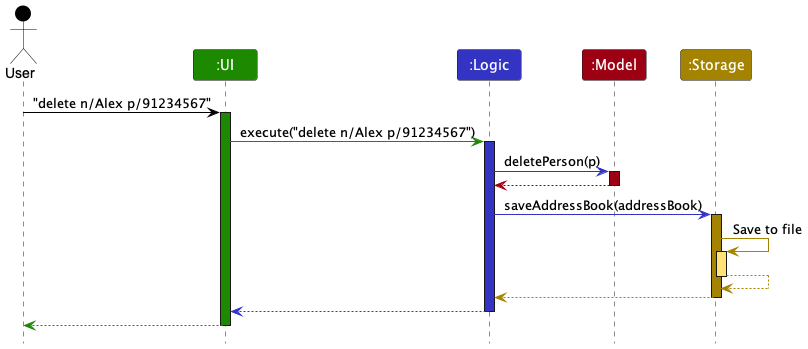
Earlier version of the PlantUML export docs/images/ArchitectureSequenceDiagram.png (nus-cs2103-AY2223S2/tp). Its diagram source:
```plantuml
@startuml
!include style.puml

Actor User as user USER_COLOR
Participant ":UI" as ui UI_COLOR
Participant ":Logic" as logic LOGIC_COLOR
Participant ":Model" as model MODEL_COLOR
Participant ":Storage" as storage STORAGE_COLOR

user -[USER_COLOR]> ui : "delete n/Alex p/91234567"
activate ui UI_COLOR

ui -[UI_COLOR]> logic : execute("delete n/Alex p/91234567")
activate logic LOGIC_COLOR

logic -[LOGIC_COLOR]> model : deletePerson(p)
activate model MODEL_COLOR

model -[MODEL_COLOR]-> logic
deactivate model

logic -[LOGIC_COLOR]> storage : saveAddressBook(addressBook)
activate storage STORAGE_COLOR

storage -[STORAGE_COLOR]> storage : Save to file
activate storage STORAGE_COLOR_T1
storage --[STORAGE_COLOR]> storage
deactivate storage

storage --[STORAGE_COLOR]> logic
deactivate storage

logic --[LOGIC_COLOR]> ui
deactivate logic

ui--[UI_COLOR]> user
deactivate ui
@enduml
```
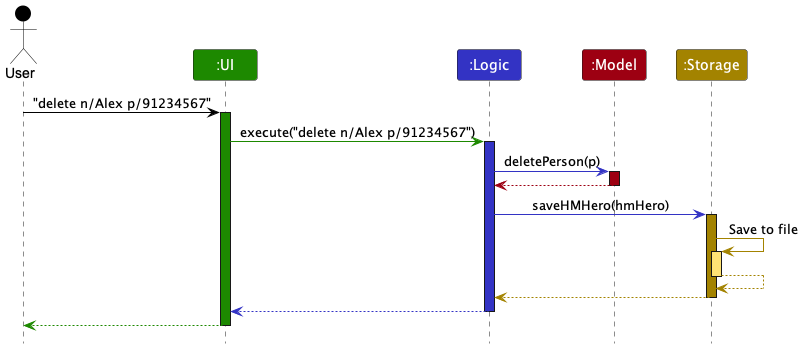
The same diagram one commit later.

Commit message:
Update DG: Design, Architecture, UI, Logic

What changed in the source:
```diff
@@ -19,7 +19,7 @@
 model -[MODEL_COLOR]-> logic
 deactivate model
 
-logic -[LOGIC_COLOR]> storage : saveAddressBook(addressBook)
+logic -[LOGIC_COLOR]> storage : saveHMHero(hmHero)
 activate storage STORAGE_COLOR
 
 storage -[STORAGE_COLOR]> storage : Save to file
```
